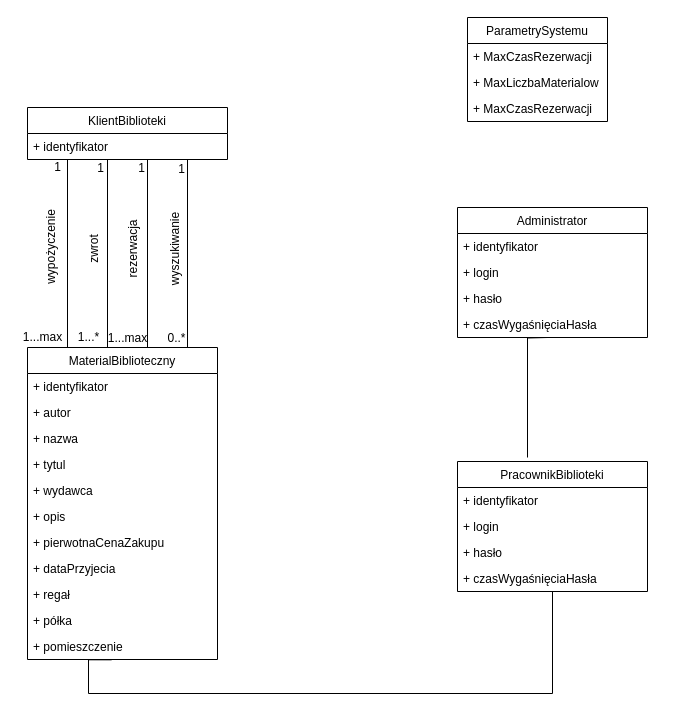
mrogur/inz_opr keeps this draw.io diagram as Class diagram.drawio. Above is the earlier version. Source tidied: cells renumbered, new cells numbered last; positions are measured from the earlier drawing's top-left corner, leaving out a move shared by most shapes. Both pictures are drawn from the tidied source at 100%, with x=0, y=0 at pixel (6, 17).
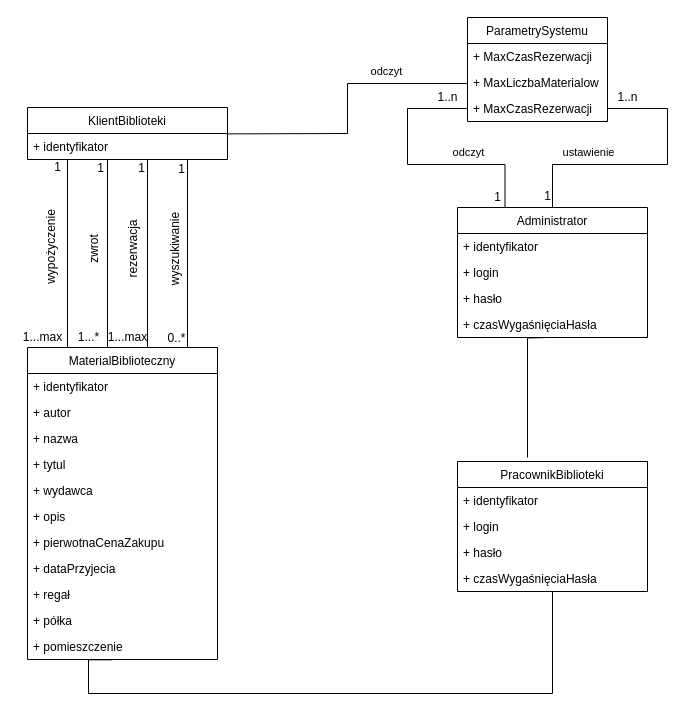
Above is the later version.

Commit message:
dodanie obsługi parametrów systemu.drawio

The change refers to these unchanged cells:
```xml
<mxCell id="3" value="Administrator" style="swimlane;fontStyle=0;horizontal=1;startSize=26;fillColor=none;" parent="1" vertex="1">
  <mxGeometry x="451" y="190" width="190" height="130" as="geometry" />
</mxCell>
<mxCell id="34" value="+ MaxCzasRezerwacji" style="text;strokeColor=none;fillColor=none;align=left;verticalAlign=top;spacingLeft=4;spacingRight=4;overflow=hidden;points=[[0,0.5],[1,0.5]];portConstraint=eastwest;" parent="31" vertex="1">
  <mxGeometry y="78" width="140" height="26" as="geometry" />
</mxCell>
```

Change to the diagram source:
```diff
@@
+    <mxCell id="46" style="edgeStyle=orthogonalEdgeStyle;rounded=0;jettySize=auto;html=1;endArrow=none;endFill=0;" parent="1" edge="1" source="3" target="34">
+      <mxGeometry relative="1" as="geometry">
+        <Array as="points">
+          <mxPoint x="546" y="147" />
+          <mxPoint x="661" y="147" />
+          <mxPoint x="661" y="91" />
+        </Array>
+      </mxGeometry>
+    </mxCell>
+    <mxCell id="47" style="edgeStyle=orthogonalEdgeStyle;rounded=0;jettySize=auto;html=1;exitX=0.25;exitY=0;exitDx=0;exitDy=0;entryX=0;entryY=0.5;entryDx=0;entryDy=0;endArrow=none;endFill=0;" parent="1" edge="1" source="3" target="34">
+      <mxGeometry relative="1" as="geometry">
+        <Array as="points">
+          <mxPoint x="499" y="147" />
+          <mxPoint x="401" y="147" />
+          <mxPoint x="401" y="91" />
+        </Array>
+      </mxGeometry>
+    </mxCell>
@@
     <mxCell id="44" value="1...max" style="text;html=1;align=center;verticalAlign=middle;strokeColor=none;fillColor=none;" parent="1" vertex="1">
-      <mxGeometry x="96" y="311" width="50" height="20" as="geometry" />
+      <mxGeometry x="96" y="310" width="50" height="20" as="geometry" />
     </mxCell>
@@
+    <mxCell id="48" style="endArrow=none;html=1;rounded=0;exitX=0.998;exitY=-0.023;exitDx=0;exitDy=0;exitPerimeter=0;entryX=0;entryY=0.5;entryDx=0;entryDy=0;" parent="1" edge="1">
+      <mxGeometry relative="1" as="geometry">
+        <mxPoint x="220.6" y="116.4" as="sourcePoint" />
+        <mxPoint x="461" y="66" as="targetPoint" />
+        <Array as="points">
+          <mxPoint x="341" y="116" />
+          <mxPoint x="341" y="66" />
+        </Array>
+      </mxGeometry>
+    </mxCell>
+    <mxCell id="49" value="odczyt" style="edgeLabel;html=1;align=center;verticalAlign=middle;rotation=0;" parent="48" vertex="1">
+      <mxGeometry x="-0.33" y="-1" relative="1" as="geometry">
+        <mxPoint x="62" y="-64" as="offset" />
+      </mxGeometry>
+    </mxCell>
+    <mxCell id="50" value="ustawienie" style="edgeLabel;html=1;align=center;verticalAlign=middle;rotation=0;" parent="1" vertex="1">
+      <mxGeometry x="581" y="134" as="geometry" />
+    </mxCell>
+    <mxCell id="51" value="odczyt" style="edgeLabel;html=1;align=center;verticalAlign=middle;rotation=0;" parent="1" vertex="1">
+      <mxGeometry x="461" y="134" as="geometry" />
+    </mxCell>
+    <mxCell id="52" value="1" style="text;html=1;align=center;verticalAlign=middle;strokeColor=none;fillColor=none;" parent="1" vertex="1">
+      <mxGeometry x="481" y="170" width="20" height="20" as="geometry" />
+    </mxCell>
+    <mxCell id="53" value="1" style="text;html=1;align=center;verticalAlign=middle;strokeColor=none;fillColor=none;" parent="1" vertex="1">
+      <mxGeometry x="531" y="169" width="20" height="20" as="geometry" />
+    </mxCell>
+    <mxCell id="54" value="1..n" style="text;html=1;align=center;verticalAlign=middle;strokeColor=none;fillColor=none;" parent="1" vertex="1">
+      <mxGeometry x="421" y="70" width="40" height="20" as="geometry" />
+    </mxCell>
+    <mxCell id="55" value="1..n" style="text;html=1;align=center;verticalAlign=middle;strokeColor=none;fillColor=none;" parent="1" vertex="1">
+      <mxGeometry x="601" y="70" width="40" height="20" as="geometry" />
+    </mxCell>
```
